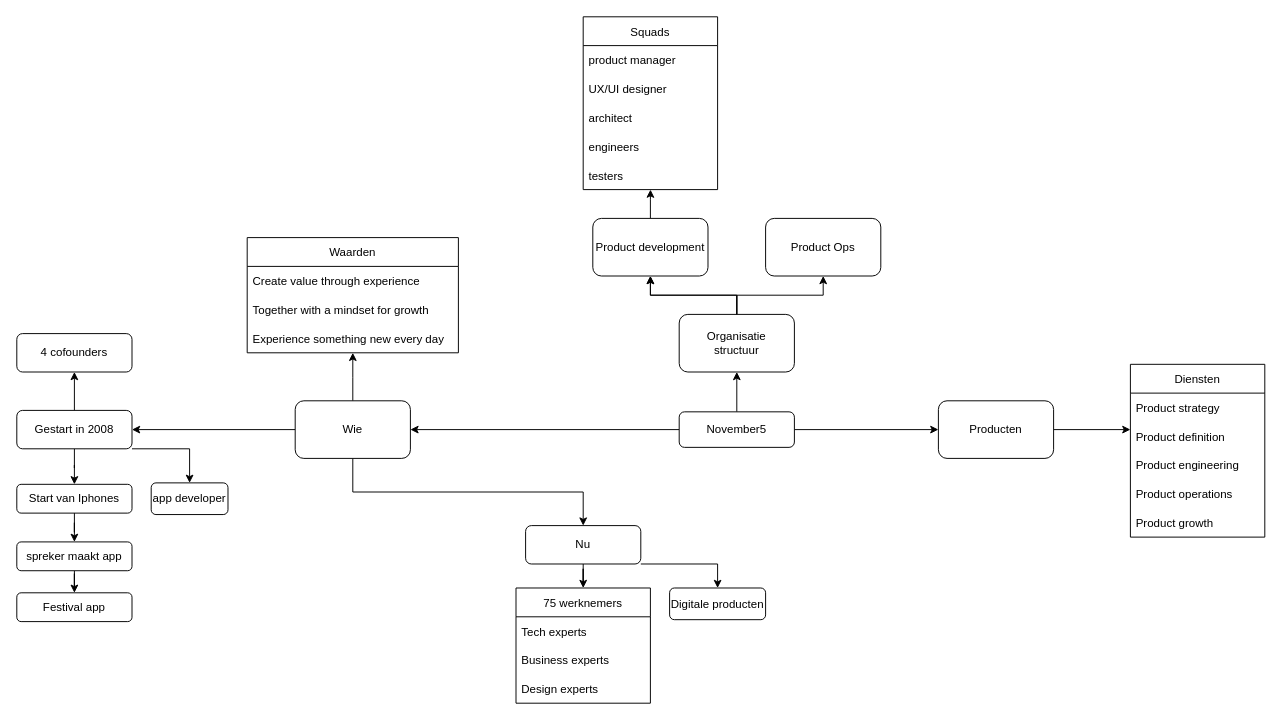
Before: page "November5" (1 of 2) of mindmaps/12-23-gastsessie.drawio in Gh0stage/drawio, a draw.io diagram. Source tidied: cells renumbered, new cells numbered last; positions are measured from the earlier drawing's top-left corner, leaving out a move shared by most shapes. Both pictures are drawn from the tidied source at 96%, with x=0, y=0 at pixel (16, 16).
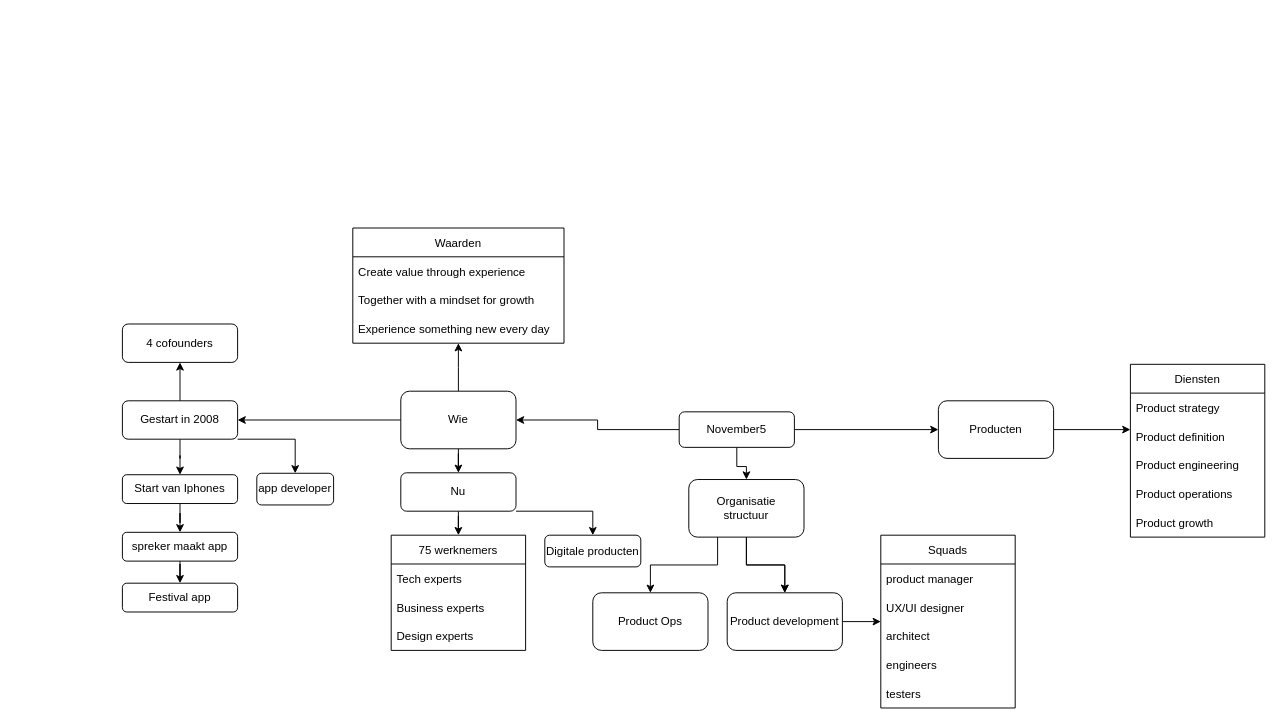
Above is the later version.

The edit, as a diff of the source:
```diff
@@
     <mxCell id="8" style="edgeStyle=orthogonalEdgeStyle;rounded=0;jettySize=auto;html=1;" parent="1" edge="1" source="9">
       <mxGeometry relative="1" as="geometry">
-        <mxPoint x="350" y="350" as="targetPoint" />
+        <mxPoint x="460" y="340" as="targetPoint" />
       </mxGeometry>
     </mxCell>
     <mxCell id="9" value="Wie" style="whiteSpace=wrap;html=1;rounded=1;" parent="1" vertex="1">
-      <mxGeometry x="290" y="400" width="120" height="60" as="geometry" />
+      <mxGeometry x="400" y="390" width="120" height="60" as="geometry" />
     </mxCell>
@@
     <mxCell id="14" value="Gestart in 2008" style="whiteSpace=wrap;html=1;rounded=1;" parent="1" vertex="1">
-      <mxGeometry y="410" width="120" height="40" as="geometry" />
+      <mxGeometry x="110" y="400" width="120" height="40" as="geometry" />
     </mxCell>
@@
     <mxCell id="16" value="Start van Iphones" style="whiteSpace=wrap;html=1;rounded=1;" parent="1" vertex="1">
-      <mxGeometry y="487" width="120" height="30" as="geometry" />
+      <mxGeometry x="110" y="477" width="120" height="30" as="geometry" />
     </mxCell>
@@
     <mxCell id="18" value="spreker maakt app" style="whiteSpace=wrap;html=1;rounded=1;" parent="1" vertex="1">
-      <mxGeometry y="547" width="120" height="30" as="geometry" />
+      <mxGeometry x="110" y="537" width="120" height="30" as="geometry" />
     </mxCell>
     <mxCell id="19" value="Festival app" style="whiteSpace=wrap;html=1;rounded=1;" parent="1" vertex="1">
-      <mxGeometry y="600" width="120" height="30" as="geometry" />
+      <mxGeometry x="110" y="590" width="120" height="30" as="geometry" />
     </mxCell>
     <mxCell id="20" value="4 cofounders" style="whiteSpace=wrap;html=1;rounded=1;" parent="1" vertex="1">
-      <mxGeometry y="330" width="120" height="40" as="geometry" />
+      <mxGeometry x="110" y="320" width="120" height="40" as="geometry" />
     </mxCell>
@@
     <mxCell id="22" value="Nu" style="whiteSpace=wrap;html=1;rounded=1;" parent="1" vertex="1">
-      <mxGeometry x="530" y="530" width="120" height="40" as="geometry" />
+      <mxGeometry x="400" y="475" width="120" height="40" as="geometry" />
     </mxCell>
     <mxCell id="23" value="75 werknemers" style="swimlane;fontStyle=0;horizontal=1;startSize=30;" parent="1" vertex="1">
-      <mxGeometry x="520" y="595" width="140" height="120" as="geometry" />
+      <mxGeometry x="390" y="540" width="140" height="120" as="geometry" />
     </mxCell>
@@
     <mxCell id="27" value="app developer" style="rounded=1;whiteSpace=wrap;html=1;" parent="1" vertex="1">
-      <mxGeometry x="140" y="485.5" width="80" height="33" as="geometry" />
+      <mxGeometry x="250" y="475.5" width="80" height="33" as="geometry" />
     </mxCell>
     <mxCell id="28" style="endArrow=classic;html=1;rounded=0;exitX=1;exitY=1;exitDx=0;exitDy=0;entryX=0.5;entryY=0;entryDx=0;entryDy=0;" parent="1" edge="1" source="14" target="27">
       <mxGeometry relative="1" as="geometry">
         <Array as="points">
-          <mxPoint x="180" y="450" />
+          <mxPoint x="290" y="440" />
         </Array>
       </mxGeometry>
     </mxCell>
     <mxCell id="29" value="Digitale producten" style="rounded=1;whiteSpace=wrap;html=1;" parent="1" vertex="1">
-      <mxGeometry x="680" y="595" width="100" height="33" as="geometry" />
+      <mxGeometry x="550" y="540" width="100" height="33" as="geometry" />
     </mxCell>
     <mxCell id="30" style="endArrow=classic;html=1;rounded=0;entryX=0.5;entryY=0;entryDx=0;entryDy=0;exitX=1;exitY=1;exitDx=0;exitDy=0;" parent="1" edge="1" source="22" target="29">
       <mxGeometry relative="1" as="geometry">
         <Array as="points">
-          <mxPoint x="730" y="570" />
+          <mxPoint x="600" y="515" />
         </Array>
       </mxGeometry>
     </mxCell>
     <mxCell id="31" value="Waarden" style="swimlane;fontStyle=0;horizontal=1;startSize=30;" parent="1" vertex="1">
-      <mxGeometry x="240" y="230" width="220" height="120" as="geometry" />
+      <mxGeometry x="350" y="220" width="220" height="120" as="geometry" />
     </mxCell>
@@
     <mxCell id="43" value="Organisatie &lt;br&gt;structuur" style="whiteSpace=wrap;html=1;rounded=1;" parent="1" vertex="1">
-      <mxGeometry x="690" y="310" width="120" height="60" as="geometry" />
+      <mxGeometry x="700" y="482" width="120" height="60" as="geometry" />
     </mxCell>
-    <mxCell id="44" style="edgeStyle=orthogonalEdgeStyle;rounded=0;jettySize=auto;html=1;" parent="1" edge="1" source="45">
-      <mxGeometry relative="1" as="geometry">
-        <mxPoint x="660.1" y="180" as="targetPoint" />
-      </mxGeometry>
+    <mxCell id="44" style="edgeStyle=orthogonalEdgeStyle;rounded=0;jettySize=auto;html=1;entryX=0;entryY=0.5;entryDx=0;entryDy=0;" parent="1" edge="1" source="45" target="48">
+      <mxGeometry relative="1" as="geometry" />
     </mxCell>
     <mxCell id="45" value="Product development" style="whiteSpace=wrap;html=1;rounded=1;" parent="1" vertex="1">
-      <mxGeometry x="600" y="210" width="120" height="60" as="geometry" />
+      <mxGeometry x="740" y="600" width="120" height="60" as="geometry" />
     </mxCell>
     <mxCell id="46" value="Product Ops" style="whiteSpace=wrap;html=1;rounded=1;" parent="1" vertex="1">
-      <mxGeometry x="780" y="210" width="120" height="60" as="geometry" />
+      <mxGeometry x="600" y="600" width="120" height="60" as="geometry" />
     </mxCell>
-    <mxCell id="47" style="edgeStyle=orthogonalEdgeStyle;rounded=0;jettySize=auto;html=1;entryX=0.5;entryY=1;entryDx=0;entryDy=0;exitX=0.5;exitY=0;exitDx=0;exitDy=0;" parent="1" edge="1" source="43" target="46">
+    <mxCell id="47" style="edgeStyle=orthogonalEdgeStyle;rounded=0;jettySize=auto;html=1;entryX=0.5;entryY=0;entryDx=0;entryDy=0;exitX=0.25;exitY=1;exitDx=0;exitDy=0;" parent="1" edge="1" source="43" target="46">
       <mxGeometry relative="1" as="geometry" />
     </mxCell>
     <mxCell id="48" value="Squads" style="swimlane;fontStyle=0;horizontal=1;startSize=30;" parent="1" vertex="1">
-      <mxGeometry x="590" width="140" height="180" as="geometry" />
+      <mxGeometry x="900" y="540" width="140" height="180" as="geometry" />
     </mxCell>
```
